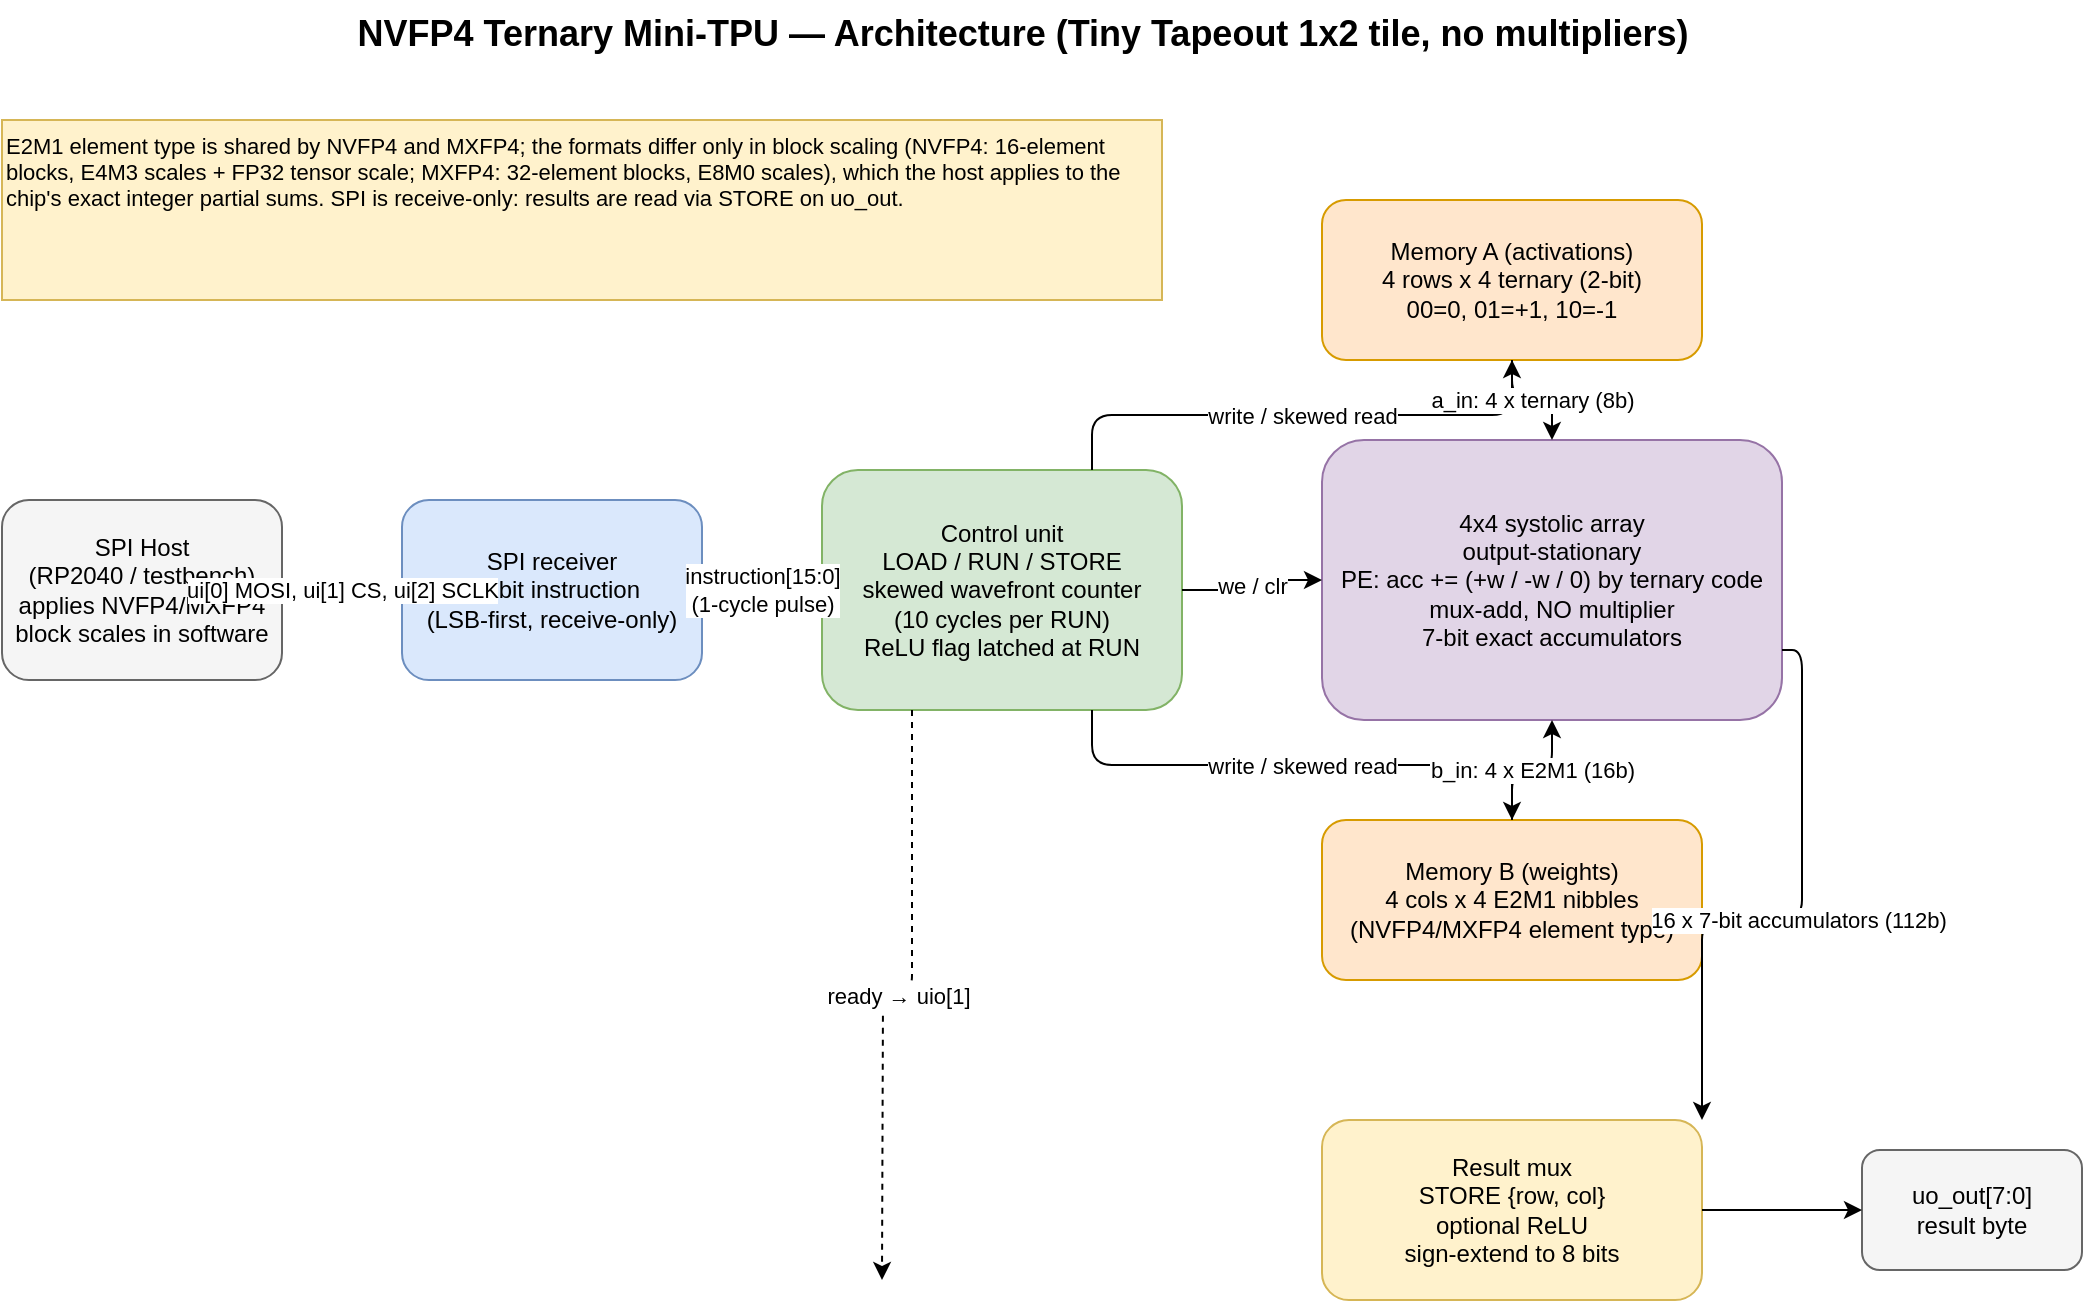
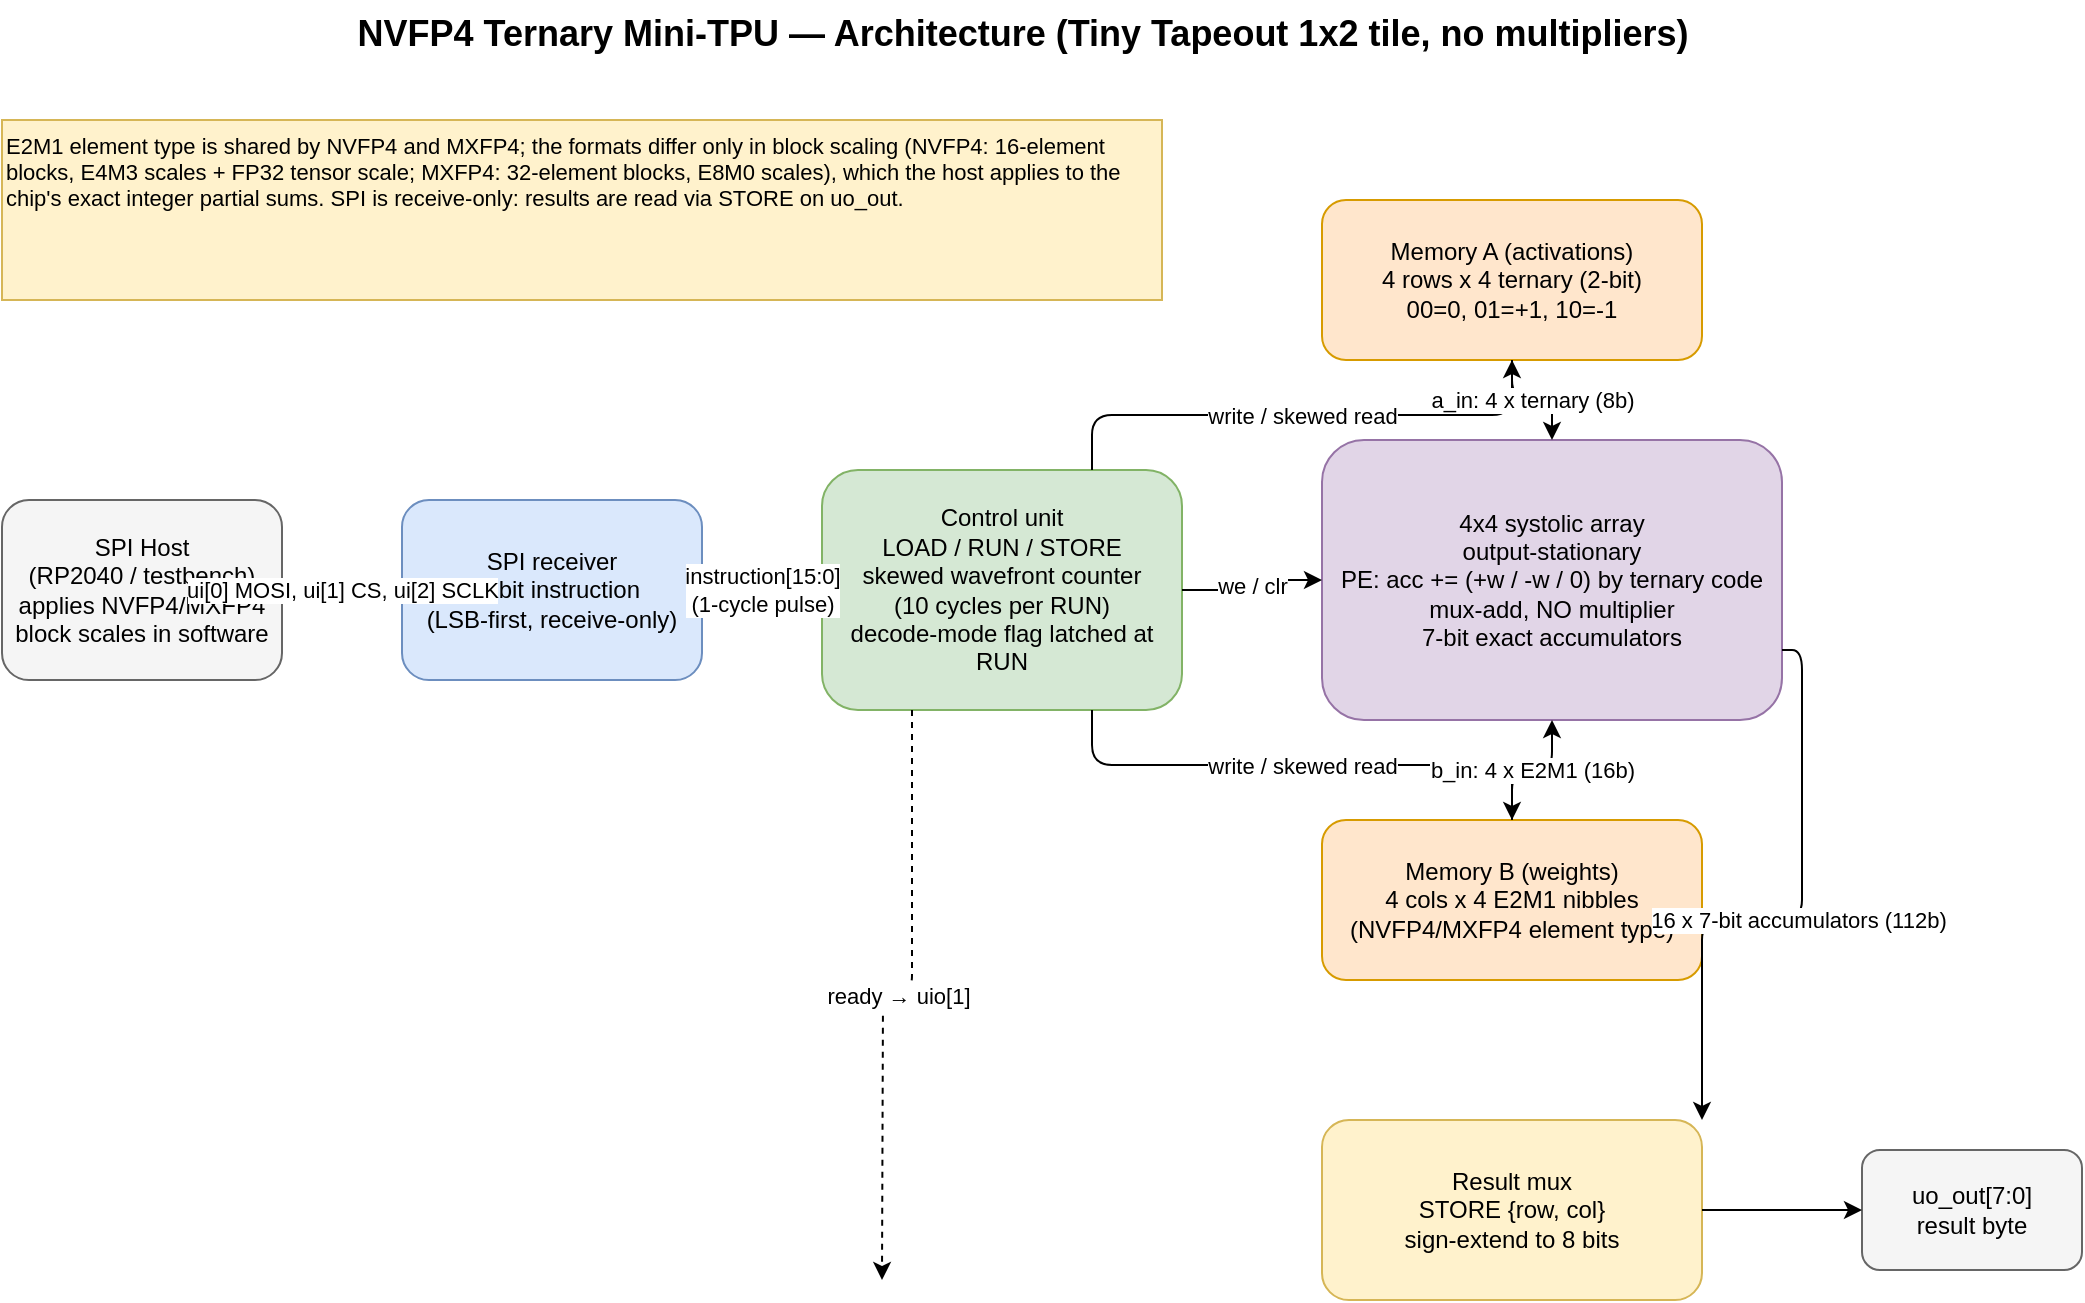
<mxfile host="app.diagrams.net" type="device">
  <diagram id="arch" name="Architecture">
    <mxGraphModel dx="1200" dy="800" grid="1" gridSize="10" guides="1" tooltips="1" connect="1" arrows="1" fold="1" page="1" pageScale="1" pageWidth="1100" pageHeight="700" math="0" shadow="0">
      <root>
        <mxCell id="0" />
        <mxCell id="1" parent="0" />

        <mxCell id="title" value="NVFP4 Ternary Mini-TPU — Architecture (Tiny Tapeout 1x2 tile, no multipliers)" style="text;html=1;fontSize=18;fontStyle=1;align=center;" vertex="1" parent="1">
          <mxGeometry x="150" y="20" width="800" height="30" as="geometry" />
        </mxCell>

        <mxCell id="host" value="SPI Host&#10;(RP2040 / testbench)&#10;applies NVFP4/MXFP4&#10;block scales in software" style="rounded=1;whiteSpace=wrap;html=1;fillColor=#f5f5f5;strokeColor=#666666;" vertex="1" parent="1">
          <mxGeometry x="40" y="270" width="140" height="90" as="geometry" />
        </mxCell>

        <mxCell id="spi" value="SPI receiver&#10;16-bit instruction&#10;(LSB-first, receive-only)" style="rounded=1;whiteSpace=wrap;html=1;fillColor=#dae8fc;strokeColor=#6c8ebf;" vertex="1" parent="1">
          <mxGeometry x="240" y="270" width="150" height="90" as="geometry" />
        </mxCell>

-         <mxCell id="ctrl" value="Control unit&#10;LOAD / RUN / STORE&#10;skewed wavefront counter&#10;(10 cycles per RUN)&#10;ReLU flag latched at RUN" style="rounded=1;whiteSpace=wrap;html=1;fillColor=#d5e8d4;strokeColor=#82b366;" vertex="1" parent="1">
+         <mxCell id="ctrl" value="Control unit&#10;LOAD / RUN / STORE&#10;skewed wavefront counter&#10;(10 cycles per RUN)&#10;decode-mode flag latched at RUN" style="rounded=1;whiteSpace=wrap;html=1;fillColor=#d5e8d4;strokeColor=#82b366;" vertex="1" parent="1">
          <mxGeometry x="450" y="255" width="180" height="120" as="geometry" />
        </mxCell>

        <mxCell id="mema" value="Memory A (activations)&#10;4 rows x 4 ternary (2-bit)&#10;00=0, 01=+1, 10=-1" style="rounded=1;whiteSpace=wrap;html=1;fillColor=#ffe6cc;strokeColor=#d79b00;" vertex="1" parent="1">
          <mxGeometry x="700" y="120" width="190" height="80" as="geometry" />
        </mxCell>

        <mxCell id="memb" value="Memory B (weights)&#10;4 cols x 4 E2M1 nibbles&#10;(NVFP4/MXFP4 element type)" style="rounded=1;whiteSpace=wrap;html=1;fillColor=#ffe6cc;strokeColor=#d79b00;" vertex="1" parent="1">
          <mxGeometry x="700" y="430" width="190" height="80" as="geometry" />
        </mxCell>

        <mxCell id="array" value="4x4 systolic array&#10;output-stationary&#10;PE: acc += (+w / -w / 0) by ternary code&#10;mux-add, NO multiplier&#10;7-bit exact accumulators" style="rounded=1;whiteSpace=wrap;html=1;fillColor=#e1d5e7;strokeColor=#9673a6;" vertex="1" parent="1">
          <mxGeometry x="700" y="240" width="230" height="140" as="geometry" />
        </mxCell>

-         <mxCell id="mux" value="Result mux&#10;STORE {row, col}&#10;optional ReLU&#10;sign-extend to 8 bits" style="rounded=1;whiteSpace=wrap;html=1;fillColor=#fff2cc;strokeColor=#d6b656;" vertex="1" parent="1">
+         <mxCell id="mux" value="Result mux&#10;STORE {row, col}&#10;sign-extend to 8 bits" style="rounded=1;whiteSpace=wrap;html=1;fillColor=#fff2cc;strokeColor=#d6b656;" vertex="1" parent="1">
          <mxGeometry x="700" y="580" width="190" height="90" as="geometry" />
        </mxCell>

        <mxCell id="uo" value="uo_out[7:0]&#10;result byte" style="rounded=1;whiteSpace=wrap;html=1;fillColor=#f5f5f5;strokeColor=#666666;" vertex="1" parent="1">
          <mxGeometry x="970" y="595" width="110" height="60" as="geometry" />
        </mxCell>

        <mxCell id="e1" value="ui[0] MOSI, ui[1] CS, ui[2] SCLK" style="edgeStyle=orthogonalEdgeStyle;rounded=1;html=1;" edge="1" parent="1" source="host" target="spi">
          <mxGeometry relative="1" as="geometry" />
        </mxCell>
        <mxCell id="e2" value="instruction[15:0]&#10;(1-cycle pulse)" style="edgeStyle=orthogonalEdgeStyle;rounded=1;html=1;" edge="1" parent="1" source="spi" target="ctrl">
          <mxGeometry relative="1" as="geometry" />
        </mxCell>
        <mxCell id="e3" value="write / skewed read" style="edgeStyle=orthogonalEdgeStyle;rounded=1;html=1;exitX=0.75;exitY=0;" edge="1" parent="1" source="ctrl" target="mema">
          <mxGeometry relative="1" as="geometry" />
        </mxCell>
        <mxCell id="e4" value="write / skewed read" style="edgeStyle=orthogonalEdgeStyle;rounded=1;html=1;exitX=0.75;exitY=1;" edge="1" parent="1" source="ctrl" target="memb">
          <mxGeometry relative="1" as="geometry" />
        </mxCell>
        <mxCell id="e5" value="a_in: 4 x ternary (8b)" style="edgeStyle=orthogonalEdgeStyle;rounded=1;html=1;exitX=0.5;exitY=1;entryX=0.5;entryY=0;" edge="1" parent="1" source="mema" target="array">
          <mxGeometry relative="1" as="geometry" />
        </mxCell>
        <mxCell id="e6" value="b_in: 4 x E2M1 (16b)" style="edgeStyle=orthogonalEdgeStyle;rounded=1;html=1;exitX=0.5;exitY=0;entryX=0.5;entryY=1;" edge="1" parent="1" source="memb" target="array">
          <mxGeometry relative="1" as="geometry" />
        </mxCell>
        <mxCell id="e7" value="we / clr" style="edgeStyle=orthogonalEdgeStyle;rounded=1;html=1;" edge="1" parent="1" source="ctrl" target="array">
          <mxGeometry relative="1" as="geometry" />
        </mxCell>
        <mxCell id="e8" value="16 x 7-bit accumulators (112b)" style="edgeStyle=orthogonalEdgeStyle;rounded=1;html=1;exitX=1;exitY=0.75;entryX=1;entryY=0;" edge="1" parent="1" source="array" target="mux">
          <mxGeometry relative="1" as="geometry" />
        </mxCell>
        <mxCell id="e9" value="" style="edgeStyle=orthogonalEdgeStyle;rounded=1;html=1;" edge="1" parent="1" source="mux" target="uo">
          <mxGeometry relative="1" as="geometry" />
        </mxCell>
        <mxCell id="e11" value="ready → uio[1]" style="edgeStyle=orthogonalEdgeStyle;rounded=1;html=1;exitX=0.25;exitY=1;dashed=1;" edge="1" parent="1" source="ctrl">
          <mxGeometry relative="1" as="geometry">
            <mxPoint x="480" y="660" as="targetPoint" />
          </mxGeometry>
        </mxCell>

        <mxCell id="note" value="E2M1 element type is shared by NVFP4 and MXFP4; the formats differ only in block scaling (NVFP4: 16-element blocks, E4M3 scales + FP32 tensor scale; MXFP4: 32-element blocks, E8M0 scales), which the host applies to the chip's exact integer partial sums. SPI is receive-only: results are read via STORE on uo_out." style="text;html=1;whiteSpace=wrap;fontSize=11;fillColor=#fff2cc;strokeColor=#d6b656;" vertex="1" parent="1">
          <mxGeometry x="40" y="80" width="580" height="90" as="geometry" />
        </mxCell>
      </root>
    </mxGraphModel>
  </diagram>
</mxfile>
